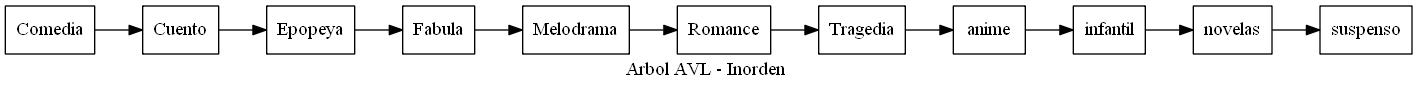
Earlier version of the Graphviz export EDD_Proyecto2/Reportes/ArbolInorden.png (hr9457/EDD_1S2020_PY2_201314296). Its source is kept beside it as EDD_Proyecto2/ArchivosDot/ArbolInorden.dot. The source it was exported from:
```dot
digraph arbolinorden {
node [shape = record];
rankdir=LR;
nodo0[label="Comedia"];
nodo1[label="Cuento"];
nodo2[label="Epopeya"];
nodo3[label="Fabula"];
nodo4[label="Melodrama"];
nodo5[label="Romance"];
nodo6[label="Tragedia"];
nodo7[label="anime"];
nodo8[label="infantil"];
nodo9[label="novelas"];
nodo10[label="suspenso"];
nodo0->nodo1->nodo2->nodo3->nodo4->nodo5->nodo6->nodo7->nodo8->nodo9->nodo10;
label = "Arbol AVL - Inorden "
}
```
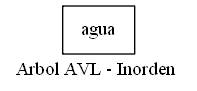
Later version of the same file.

Change to the diagram source:
```diff
@@ -1,17 +1,7 @@
 digraph arbolinorden {
 node [shape = record];
 rankdir=LR;
-nodo0[label="Comedia"];
-nodo1[label="Cuento"];
-nodo2[label="Epopeya"];
-nodo3[label="Fabula"];
-nodo4[label="Melodrama"];
-nodo5[label="Romance"];
-nodo6[label="Tragedia"];
-nodo7[label="anime"];
-nodo8[label="infantil"];
-nodo9[label="novelas"];
-nodo10[label="suspenso"];
-nodo0->nodo1->nodo2->nodo3->nodo4->nodo5->nodo6->nodo7->nodo8->nodo9->nodo10;
+nodo0[label="agua"];
+nodo0;
 label = "Arbol AVL - Inorden "
 }
```
